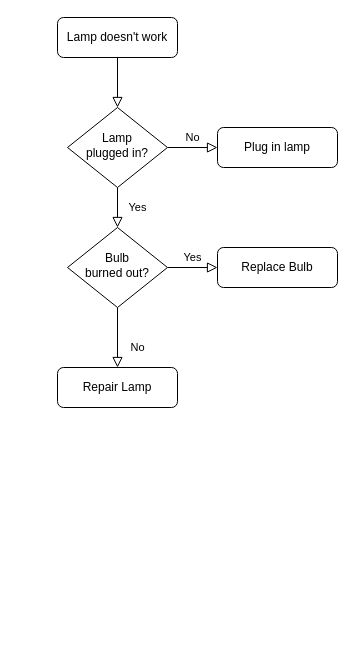
The draw.io diagram drawio/Untitled Diagram.drawio in mxz1994/concurrency, before the edit. Source tidied: cells renumbered, new cells numbered last; positions are measured from the earlier drawing's top-left corner, leaving out a move shared by most shapes. Both pictures are drawn from the tidied source at 100%, with x=0, y=0 at pixel (57, 17).
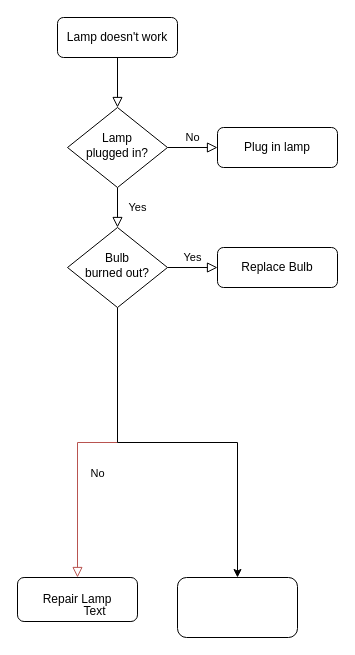
After the change.

Change to the diagram source:
```diff
@@
 <mxGraphModel>
   <root>
     <mxCell id="0" />
     <mxCell id="1" parent="0" />
     <mxCell id="2" style="rounded=0;html=1;jettySize=auto;fontSize=11;endArrow=block;endFill=0;endSize=8;strokeWidth=1;shadow=0;labelBackgroundColor=none;edgeStyle=orthogonalEdgeStyle;" parent="1" edge="1" source="3" target="6">
       <mxGeometry relative="1" as="geometry" />
     </mxCell>
     <mxCell id="3" value="Lamp doesn't work" style="rounded=1;whiteSpace=wrap;html=1;fontSize=12;glass=0;strokeWidth=1;shadow=0;" parent="1" vertex="1">
       <mxGeometry width="120" height="40" as="geometry" />
     </mxCell>
     <mxCell id="4" value="Yes" style="rounded=0;html=1;jettySize=auto;fontSize=11;endArrow=block;endFill=0;endSize=8;strokeWidth=1;shadow=0;labelBackgroundColor=none;edgeStyle=orthogonalEdgeStyle;" parent="1" edge="1" source="6" target="10">
       <mxGeometry y="20" relative="1" as="geometry" />
     </mxCell>
     <mxCell id="5" value="No" style="edgeStyle=orthogonalEdgeStyle;rounded=0;html=1;jettySize=auto;fontSize=11;endArrow=block;endFill=0;endSize=8;strokeWidth=1;shadow=0;labelBackgroundColor=none;" parent="1" edge="1" source="6" target="7">
       <mxGeometry y="10" relative="1" as="geometry" />
     </mxCell>
     <mxCell id="6" value="Lamp&lt;br&gt;plugged in?" style="rhombus;whiteSpace=wrap;html=1;shadow=0;fontFamily=Helvetica;fontSize=12;align=center;strokeWidth=1;spacing=6;spacingTop=-4;" parent="1" vertex="1">
       <mxGeometry x="10" y="90" width="100" height="80" as="geometry" />
     </mxCell>
     <mxCell id="7" value="Plug in lamp" style="rounded=1;whiteSpace=wrap;html=1;fontSize=12;glass=0;strokeWidth=1;shadow=0;" parent="1" vertex="1">
       <mxGeometry x="160" y="110" width="120" height="40" as="geometry" />
     </mxCell>
-    <mxCell id="8" value="No" style="rounded=0;html=1;jettySize=auto;fontSize=11;endArrow=block;endFill=0;endSize=8;strokeWidth=1;shadow=0;labelBackgroundColor=none;edgeStyle=orthogonalEdgeStyle;" parent="1" edge="1" source="10" target="11">
+    <mxCell id="8" value="No" style="rounded=0;html=1;jettySize=auto;fontSize=11;endArrow=block;endFill=0;endSize=8;strokeWidth=1;shadow=0;labelBackgroundColor=none;edgeStyle=orthogonalEdgeStyle;fillColor=#f8cecc;strokeColor=#b85450;" parent="1" edge="1" source="10" target="11">
       <mxGeometry x="0.33" y="20" relative="1" as="geometry" />
     </mxCell>
     <mxCell id="9" value="Yes" style="edgeStyle=orthogonalEdgeStyle;rounded=0;html=1;jettySize=auto;fontSize=11;endArrow=block;endFill=0;endSize=8;strokeWidth=1;shadow=0;labelBackgroundColor=none;" parent="1" edge="1" source="10" target="12">
       <mxGeometry y="10" relative="1" as="geometry" />
     </mxCell>
+    <mxCell id="13" style="edgeStyle=orthogonalEdgeStyle;rounded=0;jettySize=auto;html=1;exitX=0.5;exitY=1;exitDx=0;exitDy=0;" parent="1" edge="1" source="10" target="15">
+      <mxGeometry relative="1" as="geometry" />
+    </mxCell>
     <mxCell id="10" value="Bulb&lt;br&gt;burned out?" style="rhombus;whiteSpace=wrap;html=1;shadow=0;fontFamily=Helvetica;fontSize=12;align=center;strokeWidth=1;spacing=6;spacingTop=-4;" parent="1" vertex="1">
       <mxGeometry x="10" y="210" width="100" height="80" as="geometry" />
     </mxCell>
     <mxCell id="11" value="Repair Lamp" style="rounded=1;whiteSpace=wrap;html=1;fontSize=12;glass=0;strokeWidth=1;shadow=0;" parent="1" vertex="1">
-      <mxGeometry y="350" width="120" height="40" as="geometry" />
+      <mxGeometry x="-40" y="560" width="120" height="44" as="geometry" />
     </mxCell>
+    <mxCell id="14" value="Text" style="text;html=1;align=center;verticalAlign=middle;" parent="11" vertex="1">
+      <mxGeometry x="57" y="24" width="40" height="20" as="geometry" />
+    </mxCell>
     <mxCell id="12" value="Replace Bulb" style="rounded=1;whiteSpace=wrap;html=1;fontSize=12;glass=0;strokeWidth=1;shadow=0;" parent="1" vertex="1">
       <mxGeometry x="160" y="230" width="120" height="40" as="geometry" />
     </mxCell>
+    <mxCell id="15" style="rounded=1;whiteSpace=wrap;html=1;" parent="1" vertex="1">
+      <mxGeometry x="120" y="560" width="120" height="60" as="geometry" />
+    </mxCell>
   </root>
 </mxGraphModel>
```
